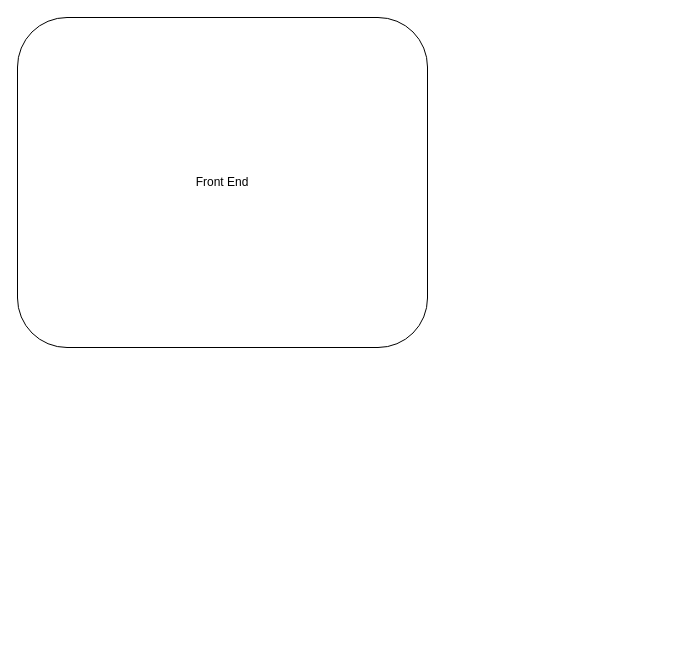
denislutz/diagramms keeps this draw.io diagram as drawio/FETapesArchitecture.drawio. Above is the earlier version. Source tidied: cells renumbered, new cells numbered last; positions are measured from the earlier drawing's top-left corner, leaving out a move shared by most shapes. Both pictures are drawn from the tidied source at 100%, with x=0, y=0 at pixel (17, 17).
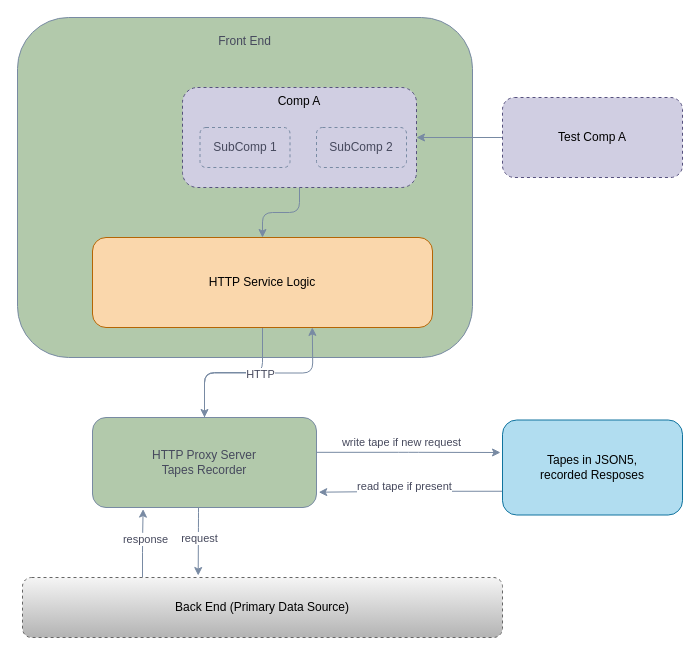
The same diagram, later.

Diff of the diagram source:
```diff
@@
-    <mxCell id="2" value="Front End" style="rounded=1;whiteSpace=wrap;html=1;align=center;verticalAlign=middle;" parent="1" vertex="1">
-      <mxGeometry width="410" height="330" as="geometry" />
+    <mxCell id="2" value="Front End" style="rounded=1;whiteSpace=wrap;html=1;align=center;verticalAlign=top;fillColor=#B2C9AB;strokeColor=#788AA3;fontColor=#46495D;spacingTop=10;" parent="1" vertex="1">
+      <mxGeometry width="455" height="340" as="geometry" />
     </mxCell>
+    <mxCell id="3" style="edgeStyle=orthogonalEdgeStyle;curved=0;rounded=1;sketch=0;jettySize=auto;html=1;entryX=0.5;entryY=0;entryDx=0;entryDy=0;strokeColor=#788AA3;fillColor=#B2C9AB;fontColor=#46495D;" parent="1" edge="1" source="4" target="11">
+      <mxGeometry relative="1" as="geometry" />
+    </mxCell>
+    <mxCell id="4" value="&lt;div&gt;HTTP Service Logic&lt;/div&gt;" style="rounded=1;whiteSpace=wrap;html=1;align=center;fillColor=#fad7ac;strokeColor=#b46504;" parent="1" vertex="1">
+      <mxGeometry x="75" y="220" width="340" height="90" as="geometry" />
+    </mxCell>
+    <mxCell id="5" style="edgeStyle=orthogonalEdgeStyle;curved=0;rounded=1;sketch=0;jettySize=auto;html=1;entryX=0.366;entryY=-0.033;entryDx=0;entryDy=0;entryPerimeter=0;strokeColor=#788AA3;fillColor=#B2C9AB;fontColor=#46495D;" parent="1" edge="1" source="11" target="21">
+      <mxGeometry relative="1" as="geometry">
+        <Array as="points">
+          <mxPoint x="181" y="500" />
+          <mxPoint x="181" y="500" />
+        </Array>
+      </mxGeometry>
+    </mxCell>
+    <mxCell id="6" value="request" style="edgeLabel;html=1;align=center;verticalAlign=middle;fontColor=#46495D;" parent="5" vertex="1">
+      <mxGeometry x="-0.13" y="1" relative="1" as="geometry" />
+    </mxCell>
+    <mxCell id="7" style="edgeStyle=orthogonalEdgeStyle;curved=0;rounded=1;sketch=0;jettySize=auto;html=1;strokeColor=#788AA3;fillColor=#B2C9AB;fontColor=#46495D;exitX=1.001;exitY=0.387;exitDx=0;exitDy=0;exitPerimeter=0;" parent="1" edge="1" source="11">
+      <mxGeometry relative="1" as="geometry">
+        <mxPoint x="483" y="435" as="targetPoint" />
+      </mxGeometry>
+    </mxCell>
+    <mxCell id="8" value="write tape if new request" style="edgeLabel;html=1;align=center;verticalAlign=middle;fontColor=#46495D;" parent="7" vertex="1">
+      <mxGeometry x="-0.09" relative="1" as="geometry">
+        <mxPoint y="-10" as="offset" />
+      </mxGeometry>
+    </mxCell>
+    <mxCell id="9" style="edgeStyle=orthogonalEdgeStyle;curved=0;rounded=1;sketch=0;jettySize=auto;html=1;entryX=0.53;entryY=0.829;entryDx=0;entryDy=0;entryPerimeter=0;strokeColor=#788AA3;fillColor=#B2C9AB;fontColor=#46495D;" parent="1" edge="1" source="11">
+      <mxGeometry relative="1" as="geometry">
+        <mxPoint x="294.8" y="309.9" as="targetPoint" />
+      </mxGeometry>
+    </mxCell>
+    <mxCell id="10" value="HTTP" style="edgeLabel;html=1;align=center;verticalAlign=middle;fontColor=#46495D;" parent="9" vertex="1">
+      <mxGeometry x="0.01" y="-1" relative="1" as="geometry" />
+    </mxCell>
+    <mxCell id="11" value="&lt;div&gt;HTTP Proxy Server&lt;br&gt;&lt;/div&gt;&lt;div&gt;Tapes Recorder&lt;/div&gt;" style="rounded=1;whiteSpace=wrap;html=1;sketch=0;strokeColor=#788AA3;fillColor=#B2C9AB;fontColor=#46495D;" parent="1" vertex="1">
+      <mxGeometry x="75" y="400" width="224" height="90" as="geometry" />
+    </mxCell>
+    <mxCell id="12" style="edgeStyle=orthogonalEdgeStyle;curved=0;rounded=1;sketch=0;jettySize=auto;html=1;exitX=0;exitY=0.75;exitDx=0;exitDy=0;strokeColor=#788AA3;fillColor=#B2C9AB;fontColor=#46495D;entryX=1.01;entryY=0.83;entryDx=0;entryDy=0;entryPerimeter=0;" parent="1" edge="1" source="14" target="11">
+      <mxGeometry relative="1" as="geometry" />
+    </mxCell>
+    <mxCell id="13" value="read tape if present" style="edgeLabel;html=1;align=center;verticalAlign=middle;fontColor=#46495D;" parent="12" vertex="1">
+      <mxGeometry x="0.07" relative="1" as="geometry">
+        <mxPoint y="-6.4" as="offset" />
+      </mxGeometry>
+    </mxCell>
+    <mxCell id="14" value="&lt;div&gt;Tapes in JSON5, &lt;br&gt;&lt;/div&gt;&lt;div&gt;recorded Resposes&lt;/div&gt;" style="rounded=1;whiteSpace=wrap;html=1;sketch=0;strokeColor=#10739e;fillColor=#b1ddf0;" parent="1" vertex="1">
+      <mxGeometry x="485" y="402.5" width="180" height="95" as="geometry" />
+    </mxCell>
+    <mxCell id="15" style="edgeStyle=orthogonalEdgeStyle;curved=0;rounded=1;sketch=0;jettySize=auto;html=1;strokeColor=#788AA3;fillColor=#B2C9AB;fontColor=#46495D;" parent="1" edge="1" source="16" target="18">
+      <mxGeometry relative="1" as="geometry" />
+    </mxCell>
+    <mxCell id="16" value="Test Comp A" style="rounded=1;whiteSpace=wrap;html=1;dashed=1;sketch=0;strokeColor=#56517e;fillColor=#d0cee2;align=center;" parent="1" vertex="1">
+      <mxGeometry x="485" y="80" width="180" height="80" as="geometry" />
+    </mxCell>
+    <mxCell id="17" style="edgeStyle=orthogonalEdgeStyle;curved=0;rounded=1;sketch=0;jettySize=auto;html=1;strokeColor=#788AA3;fillColor=#B2C9AB;fontColor=#46495D;" parent="1" edge="1" source="18" target="4">
+      <mxGeometry relative="1" as="geometry" />
+    </mxCell>
+    <mxCell id="18" value="Comp A" style="rounded=1;whiteSpace=wrap;html=1;dashed=1;sketch=0;strokeColor=#56517e;fillColor=#d0cee2;align=center;verticalAlign=top;" parent="1" vertex="1">
+      <mxGeometry x="165" y="70" width="234" height="100" as="geometry" />
+    </mxCell>
+    <mxCell id="19" style="edgeStyle=orthogonalEdgeStyle;curved=0;rounded=1;sketch=0;jettySize=auto;html=1;exitX=0.25;exitY=0;exitDx=0;exitDy=0;entryX=0.226;entryY=1.018;entryDx=0;entryDy=0;entryPerimeter=0;strokeColor=#788AA3;fillColor=#B2C9AB;fontColor=#46495D;" parent="1" edge="1" source="21" target="11">
+      <mxGeometry relative="1" as="geometry" />
+    </mxCell>
+    <mxCell id="20" value="response" style="edgeLabel;html=1;align=center;verticalAlign=middle;fontColor=#46495D;" parent="19" vertex="1">
+      <mxGeometry x="0.12" y="-2" relative="1" as="geometry" />
+    </mxCell>
+    <mxCell id="21" value="Back End (Primary Data Source)" style="rounded=1;whiteSpace=wrap;html=1;dashed=1;sketch=0;strokeColor=#666666;fillColor=#f5f5f5;align=center;gradientColor=#b3b3b3;" parent="1" vertex="1">
+      <mxGeometry x="5" y="560" width="480" height="60" as="geometry" />
+    </mxCell>
+    <mxCell id="22" value="SubComp 1" style="rounded=1;whiteSpace=wrap;html=1;dashed=1;sketch=0;strokeColor=#788AA3;fillColor=none;fontColor=#46495D;align=center;" parent="1" vertex="1">
+      <mxGeometry x="182.5" y="110" width="90" height="40" as="geometry" />
+    </mxCell>
+    <mxCell id="23" value="SubComp 2" style="rounded=1;whiteSpace=wrap;html=1;dashed=1;sketch=0;strokeColor=#788AA3;fillColor=none;fontColor=#46495D;align=center;" parent="1" vertex="1">
+      <mxGeometry x="299" y="110" width="90" height="40" as="geometry" />
+    </mxCell>
```
